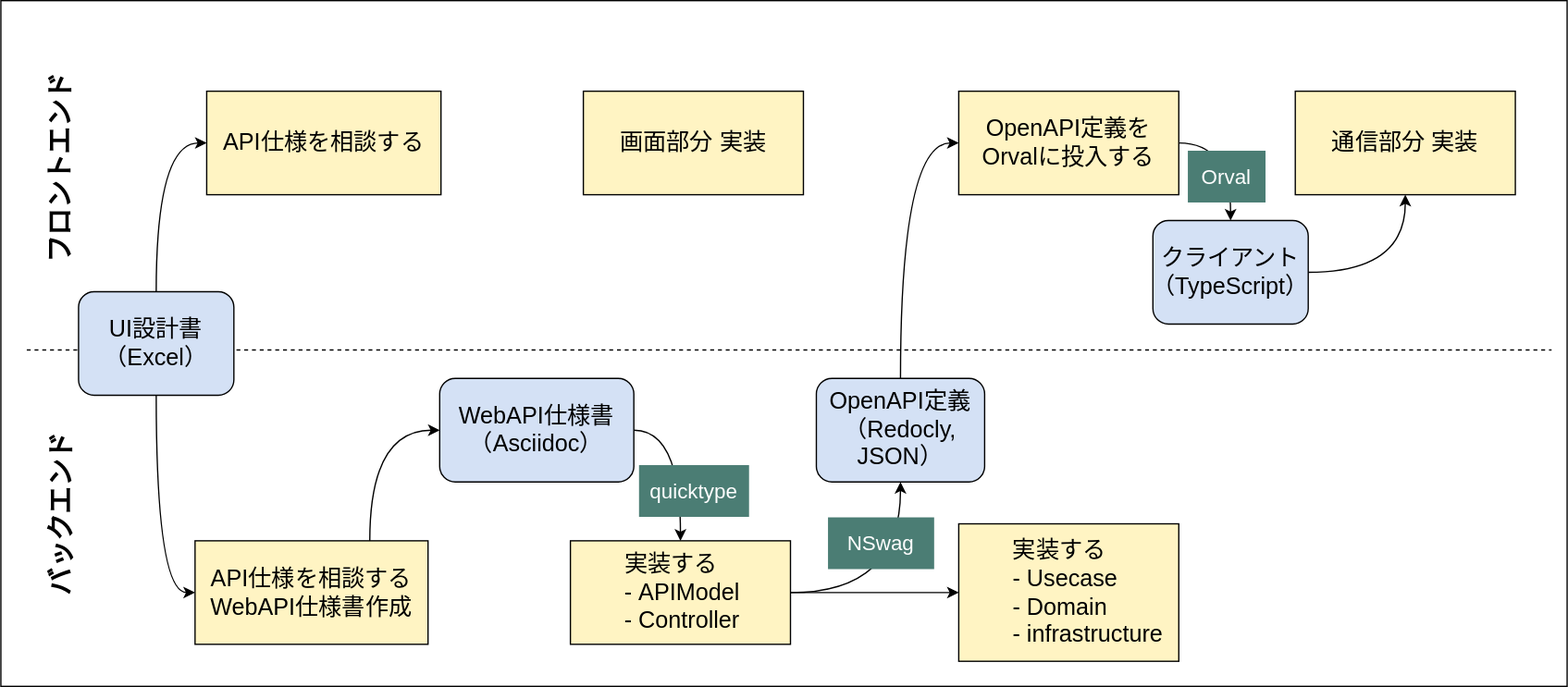
Above: Documents/アーキテクチャ設計書/src/images/BackendDevFlow.drawio.svg in MrWangpeilin945/FlutterIOS (draw.io), before the change. Source tidied: cells renumbered, new cells last; positions are measured from the earlier drawing's top-left corner, leaving out a move shared by most shapes. The source it was exported from:
```xml
<mxGraphModel>
  <root>
    <mxCell id="0" />
    <mxCell id="1" parent="0" />
    <mxCell id="2" style="rounded=0;whiteSpace=wrap;html=1;" parent="1" vertex="1">
      <mxGeometry x="40" width="1210" height="530" as="geometry" />
    </mxCell>
    <mxCell id="3" style="endArrow=none;dashed=1;html=1;rounded=0;entryX=0.528;entryY=0.544;entryDx=0;entryDy=0;entryPerimeter=0;" parent="1" edge="1">
      <mxGeometry relative="1" as="geometry">
        <mxPoint x="60" y="270" as="sourcePoint" />
        <mxPoint x="1238" y="270" as="targetPoint" />
      </mxGeometry>
    </mxCell>
    <mxCell id="4" style="edgeStyle=orthogonalEdgeStyle;rounded=0;jettySize=auto;html=1;entryX=0;entryY=0.5;entryDx=0;entryDy=0;curved=1;fontSize=18;" parent="1" edge="1" source="6" target="16">
      <mxGeometry relative="1" as="geometry" />
    </mxCell>
    <mxCell id="5" style="edgeStyle=orthogonalEdgeStyle;rounded=0;jettySize=auto;html=1;entryX=0;entryY=0.5;entryDx=0;entryDy=0;curved=1;fontSize=18;" parent="1" edge="1" source="6" target="23">
      <mxGeometry relative="1" as="geometry" />
    </mxCell>
    <mxCell id="6" value="UI設計書&lt;div style=&quot;font-size: 18px;&quot;&gt;（Excel）&lt;/div&gt;" style="rounded=1;whiteSpace=wrap;html=1;fontSize=18;fillColor=#D4E1F5;" parent="1" vertex="1">
      <mxGeometry x="100" y="225" width="120" height="80" as="geometry" />
    </mxCell>
    <mxCell id="7" value="フロントエンド" style="text;html=1;align=center;verticalAlign=middle;strokeColor=none;fillColor=none;fontStyle=1;fontSize=21;rotation=-90;" parent="1" vertex="1">
      <mxGeometry y="110" width="170" height="40" as="geometry" />
    </mxCell>
    <mxCell id="8" value="バックエンド" style="text;html=1;align=center;verticalAlign=middle;strokeColor=none;fillColor=none;fontStyle=1;fontSize=21;rotation=-90;" parent="1" vertex="1">
      <mxGeometry x="10" y="377.5" width="150" height="40" as="geometry" />
    </mxCell>
    <mxCell id="9" style="edgeStyle=orthogonalEdgeStyle;rounded=0;jettySize=auto;html=1;entryX=0.5;entryY=0;entryDx=0;entryDy=0;curved=1;fontSize=18;exitX=1;exitY=0.5;exitDx=0;exitDy=0;" parent="1" edge="1" source="10" target="15">
      <mxGeometry relative="1" as="geometry" />
    </mxCell>
    <mxCell id="10" value="WebAPI仕様書&lt;div style=&quot;font-size: 18px;&quot;&gt;（Asciidoc）&lt;/div&gt;" style="rounded=1;whiteSpace=wrap;html=1;fontSize=18;fillColor=#D4E1F5;" parent="1" vertex="1">
      <mxGeometry x="379" y="292" width="150" height="80" as="geometry" />
    </mxCell>
    <mxCell id="11" style="edgeStyle=orthogonalEdgeStyle;rounded=0;jettySize=auto;html=1;entryX=0;entryY=0.5;entryDx=0;entryDy=0;curved=1;fontSize=18;" parent="1" edge="1" source="12" target="21">
      <mxGeometry relative="1" as="geometry" />
    </mxCell>
    <mxCell id="12" value="&lt;div style=&quot;font-size: 18px;&quot;&gt;OpenAPI定義&lt;/div&gt;&lt;div style=&quot;font-size: 18px;&quot;&gt;&lt;span style=&quot;background-color: initial; font-size: 18px;&quot;&gt;（Redocly, JSON）&lt;/span&gt;&lt;/div&gt;" style="rounded=1;whiteSpace=wrap;html=1;fontSize=18;fillColor=#D4E1F5;" parent="1" vertex="1">
      <mxGeometry x="670" y="292" width="130" height="80" as="geometry" />
    </mxCell>
    <mxCell id="13" style="edgeStyle=orthogonalEdgeStyle;rounded=0;jettySize=auto;html=1;entryX=0.5;entryY=1;entryDx=0;entryDy=0;curved=1;fontSize=18;" parent="1" edge="1" source="15" target="12">
      <mxGeometry relative="1" as="geometry" />
    </mxCell>
    <mxCell id="14" style="edgeStyle=orthogonalEdgeStyle;rounded=0;jettySize=auto;html=1;entryX=0;entryY=0.5;entryDx=0;entryDy=0;fontSize=18;" parent="1" edge="1" source="15" target="17">
      <mxGeometry relative="1" as="geometry" />
    </mxCell>
    <mxCell id="15" value="&lt;blockquote style=&quot;margin: 0px 0px 0px 40px; border: none; padding: 0px; font-size: 18px;&quot;&gt;&lt;/blockquote&gt;&lt;blockquote style=&quot;margin: 0px 0px 0px 40px; border: none; padding: 0px; font-size: 18px;&quot;&gt;&lt;span style=&quot;background-color: initial; font-size: 18px;&quot;&gt;実装する&lt;br style=&quot;font-size: 18px;&quot;&gt;&lt;/span&gt;&lt;span style=&quot;background-color: initial; font-size: 18px;&quot;&gt;- APIModel&lt;br style=&quot;font-size: 18px;&quot;&gt;&lt;/span&gt;&lt;span style=&quot;background-color: initial; font-size: 18px;&quot;&gt;- Controller&lt;/span&gt;&lt;/blockquote&gt;&lt;blockquote style=&quot;margin: 0px 0px 0px 40px; border: none; padding: 0px; font-size: 18px;&quot;&gt;&lt;/blockquote&gt;" style="rounded=0;whiteSpace=wrap;html=1;align=left;fillColor=#FFF4C3;fontSize=18;" parent="1" vertex="1">
      <mxGeometry x="480" y="417.5" width="170" height="80" as="geometry" />
    </mxCell>
    <mxCell id="16" value="&lt;font style=&quot;font-size: 18px;&quot;&gt;API仕様を相談する&lt;br style=&quot;font-size: 18px;&quot;&gt;&lt;/font&gt;" style="rounded=0;whiteSpace=wrap;html=1;align=center;fillColor=#FFF4C3;fontSize=18;" parent="1" vertex="1">
      <mxGeometry x="199" y="70" width="181" height="80" as="geometry" />
    </mxCell>
    <mxCell id="17" value="&lt;blockquote style=&quot;margin: 0px 0px 0px 40px; border: none; padding: 0px; font-size: 18px;&quot;&gt;&lt;div style=&quot;font-size: 18px;&quot;&gt;&lt;font style=&quot;font-size: 18px;&quot;&gt;実装する&lt;/font&gt;&lt;/div&gt;&lt;div style=&quot;font-size: 18px;&quot;&gt;&lt;font style=&quot;font-size: 18px;&quot;&gt;- Usecase&lt;/font&gt;&lt;/div&gt;&lt;div style=&quot;font-size: 18px;&quot;&gt;&lt;font style=&quot;font-size: 18px;&quot;&gt;- Domain&lt;/font&gt;&lt;/div&gt;&lt;div style=&quot;font-size: 18px;&quot;&gt;&lt;font style=&quot;font-size: 18px;&quot;&gt;-&amp;nbsp;infrastructure&lt;/font&gt;&lt;/div&gt;&lt;/blockquote&gt;" style="rounded=0;whiteSpace=wrap;html=1;align=left;fillColor=#FFF4C3;fontSize=18;" parent="1" vertex="1">
      <mxGeometry x="780" y="404.4" width="170" height="106.2" as="geometry" />
    </mxCell>
    <mxCell id="18" style="edgeStyle=orthogonalEdgeStyle;rounded=0;jettySize=auto;html=1;entryX=0.5;entryY=1;entryDx=0;entryDy=0;curved=1;exitX=1;exitY=0.5;exitDx=0;exitDy=0;fontSize=18;" parent="1" edge="1" source="19" target="25">
      <mxGeometry relative="1" as="geometry" />
    </mxCell>
    <mxCell id="19" value="&lt;div style=&quot;font-size: 18px;&quot;&gt;クライアント&lt;/div&gt;&lt;div style=&quot;font-size: 18px;&quot;&gt;&lt;span style=&quot;background-color: initial; font-size: 18px;&quot;&gt;（TypeScript）&lt;/span&gt;&lt;/div&gt;" style="rounded=1;whiteSpace=wrap;html=1;fontSize=18;fillColor=#D4E1F5;" parent="1" vertex="1">
      <mxGeometry x="930" y="170" width="120" height="80" as="geometry" />
    </mxCell>
    <mxCell id="20" style="edgeStyle=orthogonalEdgeStyle;rounded=0;jettySize=auto;html=1;entryX=0.5;entryY=0;entryDx=0;entryDy=0;curved=1;exitX=1;exitY=0.5;exitDx=0;exitDy=0;fontSize=18;" parent="1" edge="1" source="21" target="19">
      <mxGeometry relative="1" as="geometry" />
    </mxCell>
    <mxCell id="21" value="&lt;span style=&quot;font-size: 18px;&quot;&gt;OpenAPI定義を&lt;br style=&quot;font-size: 18px;&quot;&gt;&lt;/span&gt;&lt;div style=&quot;font-size: 18px;&quot;&gt;&lt;span style=&quot;font-size: 18px; background-color: initial;&quot;&gt;Orvalに&lt;/span&gt;&lt;span style=&quot;font-size: 18px;&quot;&gt;投入する&lt;/span&gt;&lt;/div&gt;" style="rounded=0;whiteSpace=wrap;html=1;align=center;fillColor=#FFF4C3;fontSize=18;" parent="1" vertex="1">
      <mxGeometry x="780" y="70" width="170" height="80" as="geometry" />
    </mxCell>
    <mxCell id="22" style="edgeStyle=orthogonalEdgeStyle;rounded=0;jettySize=auto;html=1;entryX=0;entryY=0.5;entryDx=0;entryDy=0;curved=1;fontSize=18;exitX=0.75;exitY=0;exitDx=0;exitDy=0;" parent="1" edge="1" source="23" target="10">
      <mxGeometry relative="1" as="geometry" />
    </mxCell>
    <mxCell id="23" value="&lt;font style=&quot;font-size: 18px;&quot;&gt;API仕様を相談する&lt;br style=&quot;font-size: 18px;&quot;&gt;&lt;/font&gt;&lt;div style=&quot;font-size: 18px;&quot;&gt;&lt;span style=&quot;font-size: 18px;&quot;&gt;WebAPI仕様書作成&lt;/span&gt;&lt;/div&gt;" style="rounded=0;whiteSpace=wrap;html=1;align=center;fillColor=#FFF4C3;fontSize=18;" parent="1" vertex="1">
      <mxGeometry x="190" y="417.5" width="180" height="80" as="geometry" />
    </mxCell>
    <mxCell id="24" value="&lt;span style=&quot;font-size: 18px;&quot;&gt;画面部分 実装&lt;/span&gt;" style="rounded=0;whiteSpace=wrap;html=1;align=center;fillColor=#FFF4C3;fontSize=18;" parent="1" vertex="1">
      <mxGeometry x="490" y="70" width="170" height="80" as="geometry" />
    </mxCell>
    <mxCell id="25" value="&lt;span style=&quot;font-size: 18px;&quot;&gt;通信部分 実装&lt;/span&gt;" style="rounded=0;whiteSpace=wrap;html=1;align=center;fillColor=#FFF4C3;fontSize=18;" parent="1" vertex="1">
      <mxGeometry x="1040" y="70" width="170" height="80" as="geometry" />
    </mxCell>
    <mxCell id="26" value="&lt;font style=&quot;font-size: 16px;&quot;&gt;quicktype&lt;/font&gt;" style="rounded=0;whiteSpace=wrap;html=1;fillColor=#4B7D74;strokeColor=none;fontColor=#ffffff;" parent="1" vertex="1">
      <mxGeometry x="533" y="359" width="85" height="40" as="geometry" />
    </mxCell>
    <mxCell id="27" value="&lt;font style=&quot;font-size: 16px;&quot;&gt;NSwag&lt;/font&gt;" style="rounded=0;whiteSpace=wrap;html=1;fillColor=#4B7D74;strokeColor=none;fontColor=#ffffff;" parent="1" vertex="1">
      <mxGeometry x="679" y="399.4" width="82" height="40" as="geometry" />
    </mxCell>
    <mxCell id="28" value="&lt;font style=&quot;font-size: 16px;&quot;&gt;Orval&lt;/font&gt;" style="rounded=0;whiteSpace=wrap;html=1;fillColor=#4B7D74;strokeColor=none;fontColor=#ffffff;" parent="1" vertex="1">
      <mxGeometry x="957" y="116" width="60" height="40" as="geometry" />
    </mxCell>
  </root>
</mxGraphModel>
```
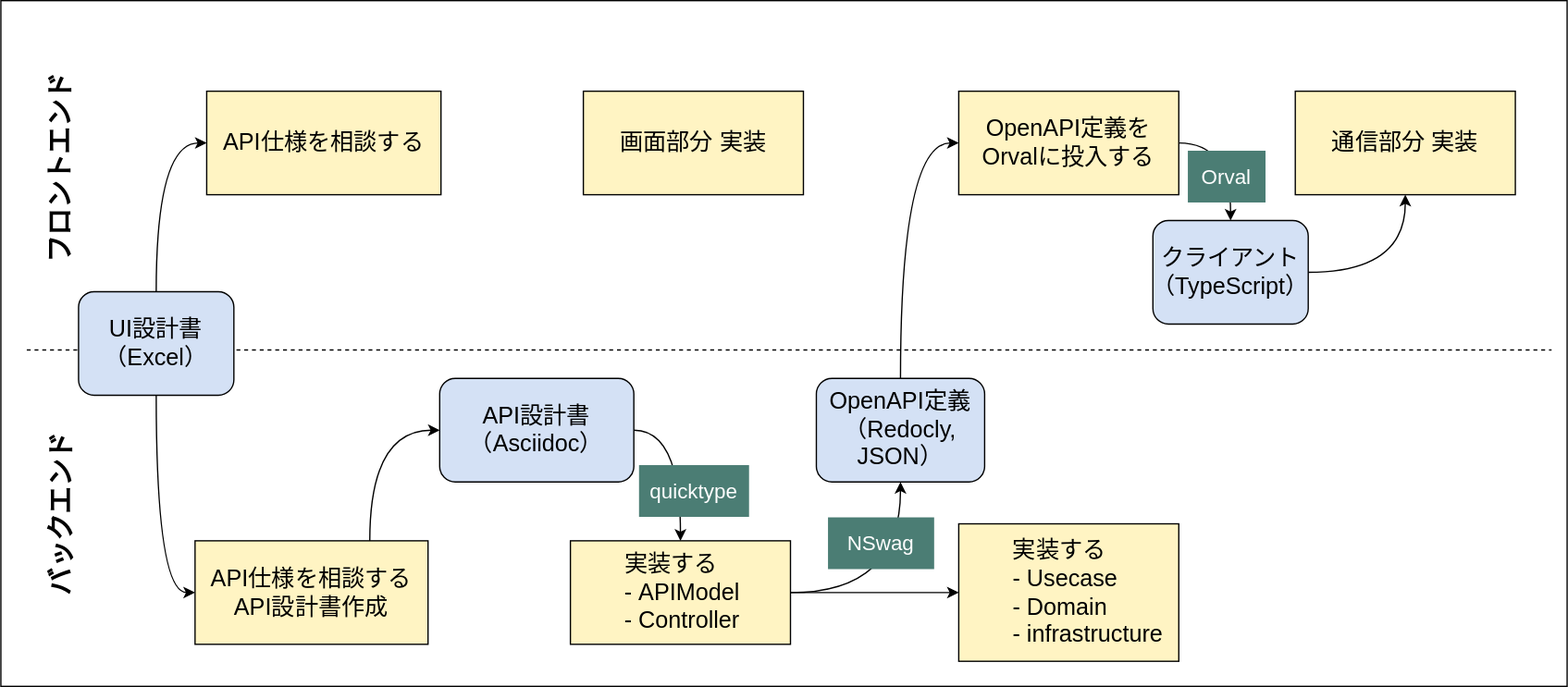
After the change.

What changed in the source:
```diff
@@ -29,7 +29,7 @@
     <mxCell id="9" style="edgeStyle=orthogonalEdgeStyle;rounded=0;jettySize=auto;html=1;entryX=0.5;entryY=0;entryDx=0;entryDy=0;curved=1;fontSize=18;exitX=1;exitY=0.5;exitDx=0;exitDy=0;" parent="1" edge="1" source="10" target="15">
       <mxGeometry relative="1" as="geometry" />
     </mxCell>
-    <mxCell id="10" value="WebAPI仕様書&lt;div style=&quot;font-size: 18px;&quot;&gt;（Asciidoc）&lt;/div&gt;" style="rounded=1;whiteSpace=wrap;html=1;fontSize=18;fillColor=#D4E1F5;" parent="1" vertex="1">
+    <mxCell id="10" value="API設計書&lt;div style=&quot;font-size: 18px;&quot;&gt;（Asciidoc）&lt;/div&gt;" style="rounded=1;whiteSpace=wrap;html=1;fontSize=18;fillColor=#D4E1F5;" parent="1" vertex="1">
       <mxGeometry x="379" y="292" width="150" height="80" as="geometry" />
     </mxCell>
     <mxCell id="11" style="edgeStyle=orthogonalEdgeStyle;rounded=0;jettySize=auto;html=1;entryX=0;entryY=0.5;entryDx=0;entryDy=0;curved=1;fontSize=18;" parent="1" edge="1" source="12" target="21">
@@ -68,7 +68,7 @@
     <mxCell id="22" style="edgeStyle=orthogonalEdgeStyle;rounded=0;jettySize=auto;html=1;entryX=0;entryY=0.5;entryDx=0;entryDy=0;curved=1;fontSize=18;exitX=0.75;exitY=0;exitDx=0;exitDy=0;" parent="1" edge="1" source="23" target="10">
       <mxGeometry relative="1" as="geometry" />
     </mxCell>
-    <mxCell id="23" value="&lt;font style=&quot;font-size: 18px;&quot;&gt;API仕様を相談する&lt;br style=&quot;font-size: 18px;&quot;&gt;&lt;/font&gt;&lt;div style=&quot;font-size: 18px;&quot;&gt;&lt;span style=&quot;font-size: 18px;&quot;&gt;WebAPI仕様書作成&lt;/span&gt;&lt;/div&gt;" style="rounded=0;whiteSpace=wrap;html=1;align=center;fillColor=#FFF4C3;fontSize=18;" parent="1" vertex="1">
+    <mxCell id="23" value="&lt;font style=&quot;font-size: 18px;&quot;&gt;API仕様を相談する&lt;br style=&quot;font-size: 18px;&quot;&gt;&lt;/font&gt;&lt;div style=&quot;font-size: 18px;&quot;&gt;&lt;span style=&quot;font-size: 18px;&quot;&gt;API設計書作成&lt;/span&gt;&lt;/div&gt;" style="rounded=0;whiteSpace=wrap;html=1;align=center;fillColor=#FFF4C3;fontSize=18;" parent="1" vertex="1">
       <mxGeometry x="190" y="417.5" width="180" height="80" as="geometry" />
     </mxCell>
     <mxCell id="24" value="&lt;span style=&quot;font-size: 18px;&quot;&gt;画面部分 実装&lt;/span&gt;" style="rounded=0;whiteSpace=wrap;html=1;align=center;fillColor=#FFF4C3;fontSize=18;" parent="1" vertex="1">
```
